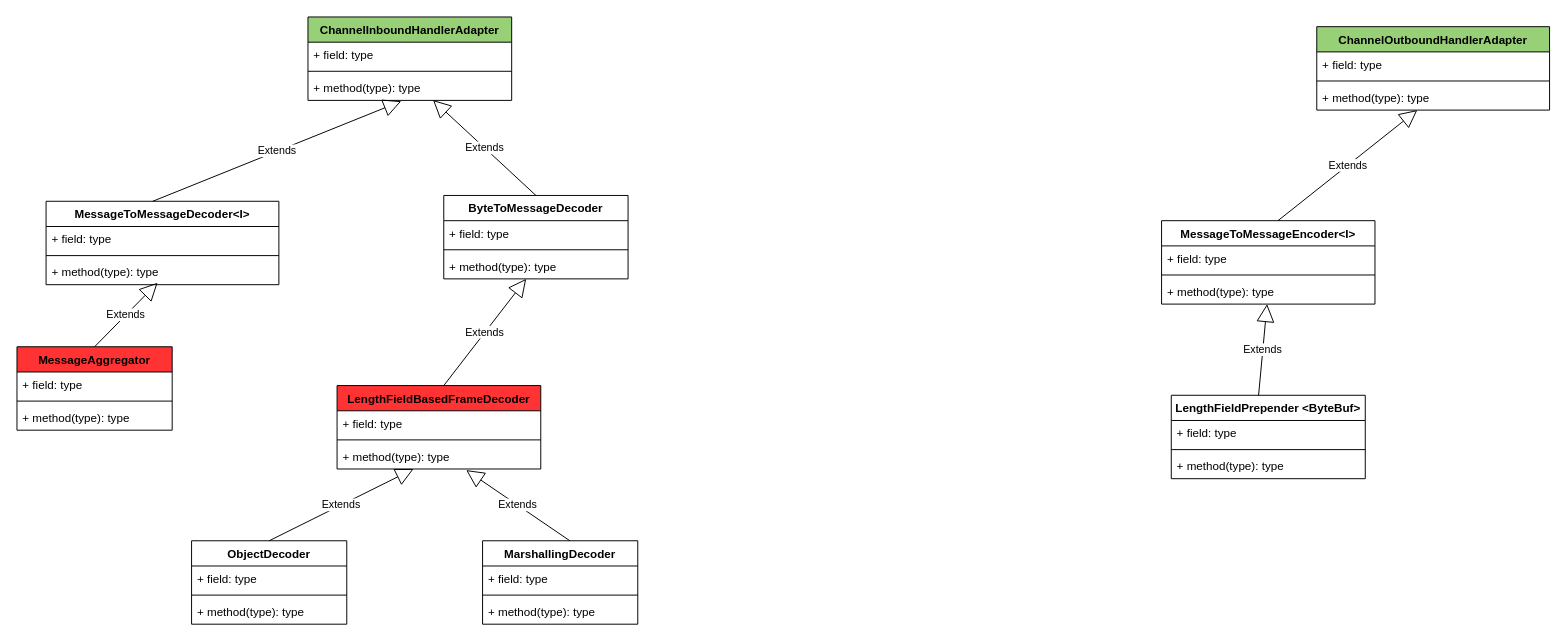
Above: page "codec" (7 of 11) of netty.drawio in tadsimons/draw (draw.io), before the change. Source tidied: cells renumbered, new cells numbered last; positions are measured from the earlier drawing's top-left corner, leaving out a move shared by most shapes. Both pictures are drawn from the tidied source at 97%, with x=0, y=0 at pixel (16, 16).
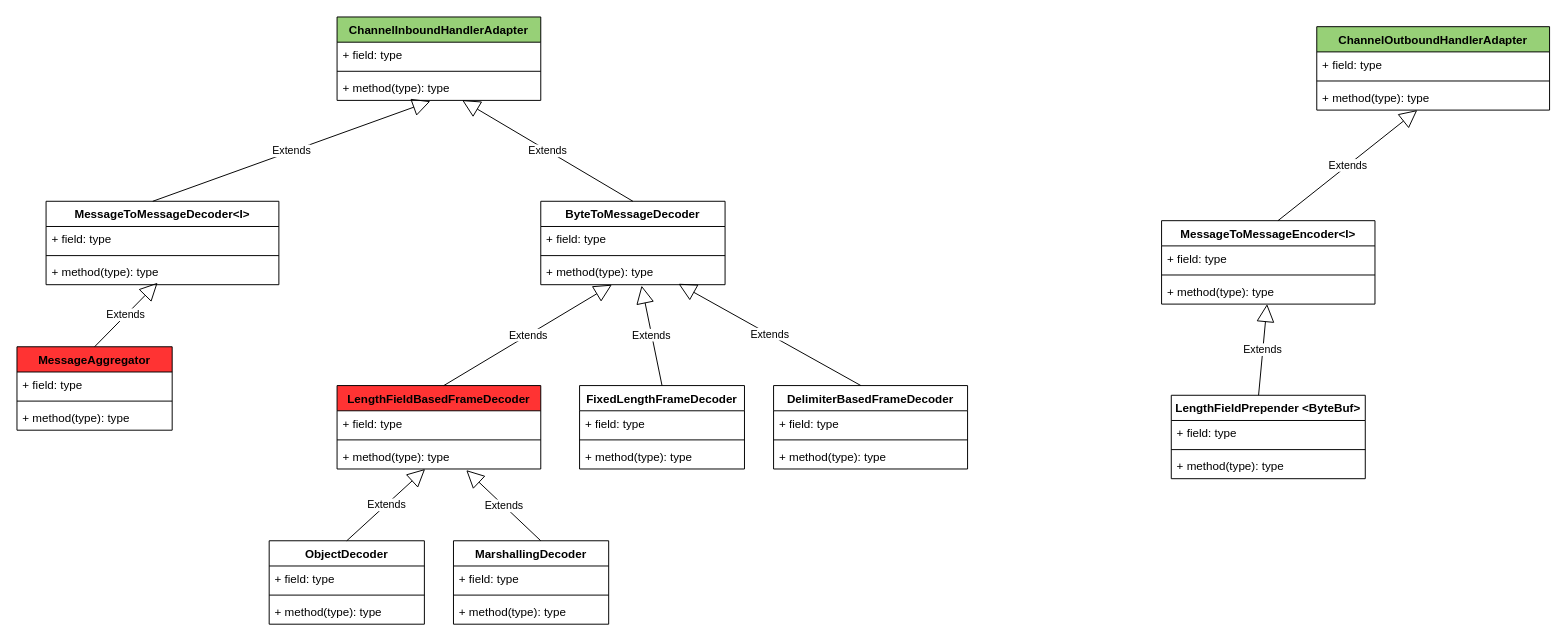
Above is the later version.

The change refers to these unchanged cells:
```xml
<mxCell id="19" value="+ method(type): type" style="text;strokeColor=none;fillColor=none;align=left;verticalAlign=top;spacingLeft=4;spacingRight=4;overflow=hidden;points=[[0,0.5],[1,0.5]];portConstraint=eastwest;" parent="16" vertex="1">
  <mxGeometry y="60" width="190" height="26" as="geometry" />
</mxCell>
```

Change to the diagram source:
```diff
@@
     <mxCell id="12" value="ChannelInboundHandlerAdapter" style="swimlane;fontStyle=1;align=center;verticalAlign=top;horizontal=1;startSize=26;fillColor=#97D077;" parent="1" vertex="1">
-      <mxGeometry x="300" width="210" height="86" as="geometry" />
+      <mxGeometry x="330" width="210" height="86" as="geometry" />
     </mxCell>
@@
     <mxCell id="16" value="ByteToMessageDecoder" style="swimlane;fontStyle=1;align=center;verticalAlign=top;horizontal=1;startSize=26;fillColor=#FFFFFF;" parent="1" vertex="1">
-      <mxGeometry x="440" y="184" width="190" height="86" as="geometry" />
+      <mxGeometry x="540" y="190" width="190" height="86" as="geometry" />
     </mxCell>
@@
     <mxCell id="35" value="ObjectDecoder" style="swimlane;fontStyle=1;align=center;verticalAlign=top;horizontal=1;startSize=26;fillColor=#FFFFFF;" parent="1" vertex="1">
-      <mxGeometry x="180" y="540" width="160" height="86" as="geometry" />
+      <mxGeometry x="260" y="540" width="160" height="86" as="geometry" />
     </mxCell>
@@
     <mxCell id="40" value="MarshallingDecoder" style="swimlane;fontStyle=1;align=center;verticalAlign=top;horizontal=1;startSize=26;fillColor=#FFFFFF;" parent="1" vertex="1">
-      <mxGeometry x="480" y="540" width="160" height="86" as="geometry" />
+      <mxGeometry x="450" y="540" width="160" height="86" as="geometry" />
     </mxCell>
@@
+    <mxCell id="50" value="FixedLengthFrameDecoder" style="swimlane;fontStyle=1;align=center;verticalAlign=top;horizontal=1;startSize=26;" parent="1" vertex="1">
+      <mxGeometry x="580" y="380" width="170" height="86" as="geometry" />
+    </mxCell>
+    <mxCell id="51" value="+ field: type" style="text;strokeColor=none;fillColor=none;align=left;verticalAlign=top;spacingLeft=4;spacingRight=4;overflow=hidden;" parent="50" vertex="1">
+      <mxGeometry y="26" width="170" height="26" as="geometry" />
+    </mxCell>
+    <mxCell id="52" style="line;strokeWidth=1;fillColor=none;align=left;verticalAlign=middle;spacingTop=-1;spacingLeft=3;spacingRight=3;labelPosition=right;" parent="50" vertex="1">
+      <mxGeometry y="52" width="170" height="8" as="geometry" />
+    </mxCell>
+    <mxCell id="53" value="+ method(type): type" style="text;strokeColor=none;fillColor=none;align=left;verticalAlign=top;spacingLeft=4;spacingRight=4;overflow=hidden;" parent="50" vertex="1">
+      <mxGeometry y="60" width="170" height="26" as="geometry" />
+    </mxCell>
+    <mxCell id="54" value="Extends" style="endArrow=block;endSize=16;endFill=0;html=1;entryX=0.547;entryY=1.038;entryDx=0;entryDy=0;entryPerimeter=0;exitX=0.5;exitY=0;exitDx=0;exitDy=0;" parent="1" edge="1" source="50" target="19">
+      <mxGeometry relative="1" as="geometry" />
+    </mxCell>
+    <mxCell id="55" value="DelimiterBasedFrameDecoder" style="swimlane;fontStyle=1;align=center;verticalAlign=top;horizontal=1;startSize=26;" parent="1" vertex="1">
+      <mxGeometry x="780" y="380" width="200" height="86" as="geometry" />
+    </mxCell>
+    <mxCell id="56" value="Extends" style="endArrow=block;endSize=16;endFill=0;html=1;entryX=0.747;entryY=0.962;entryDx=0;entryDy=0;entryPerimeter=0;" parent="55" edge="1" target="19">
+      <mxGeometry relative="1" as="geometry">
+        <mxPoint x="90" as="sourcePoint" />
+      </mxGeometry>
+    </mxCell>
+    <mxCell id="57" value="+ field: type" style="text;strokeColor=none;fillColor=none;align=left;verticalAlign=top;spacingLeft=4;spacingRight=4;overflow=hidden;" parent="55" vertex="1">
+      <mxGeometry y="26" width="200" height="26" as="geometry" />
+    </mxCell>
+    <mxCell id="58" style="line;strokeWidth=1;fillColor=none;align=left;verticalAlign=middle;spacingTop=-1;spacingLeft=3;spacingRight=3;labelPosition=right;" parent="55" vertex="1">
+      <mxGeometry y="52" width="200" height="8" as="geometry" />
+    </mxCell>
+    <mxCell id="59" value="+ method(type): type" style="text;strokeColor=none;fillColor=none;align=left;verticalAlign=top;spacingLeft=4;spacingRight=4;overflow=hidden;" parent="55" vertex="1">
+      <mxGeometry y="60" width="200" height="26" as="geometry" />
+    </mxCell>
```
